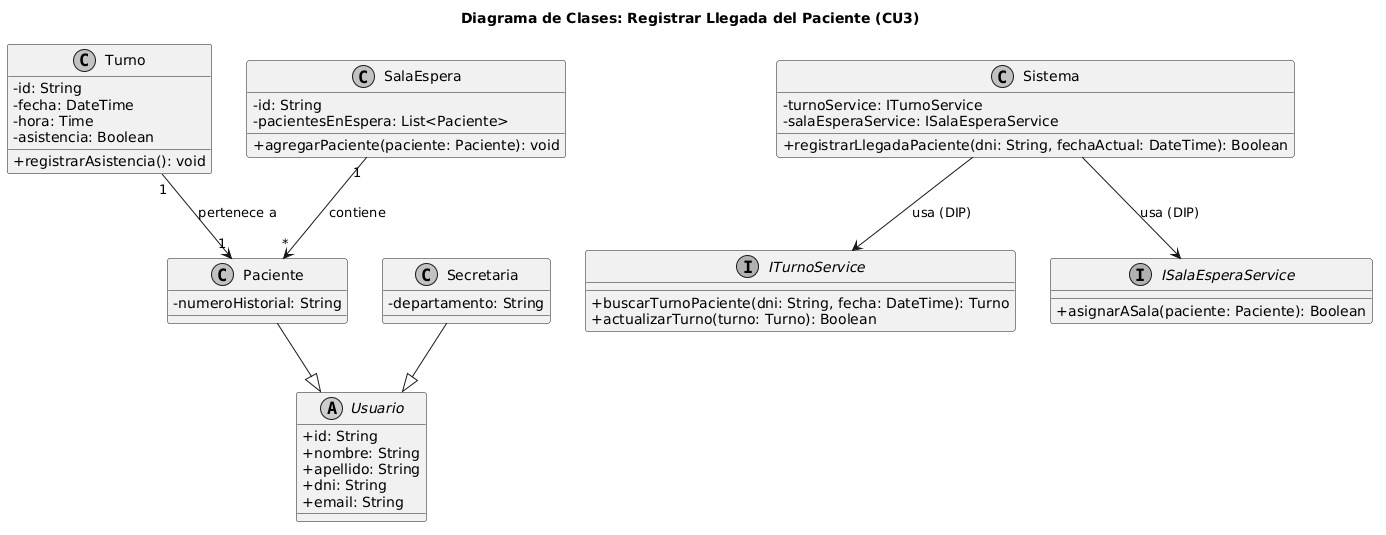
This is diagramas/01-diagrama-clases/03-clases-registrar-llegada-03.png from FacundoGuiraldes/SistemaTurnosMedicos, a PlantUML export, as it was before one commit.
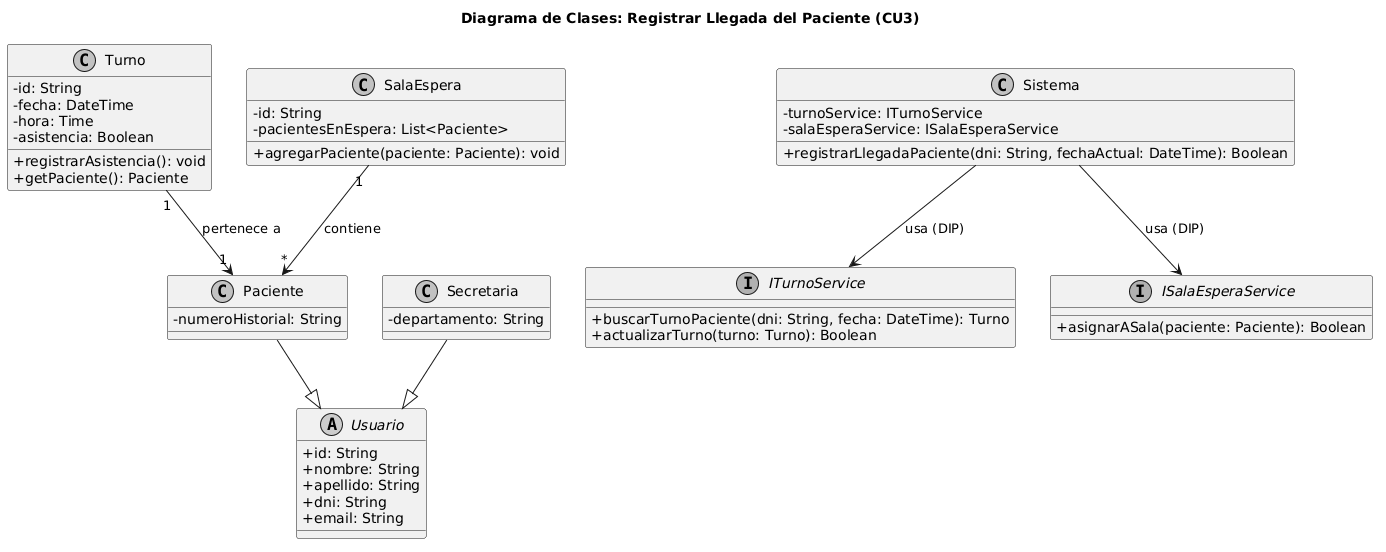
Later version of the same file.

Commit message:
refactor(cu3): declarar getPaciente en entidad Turno para consistencia estricta con pseudocódigo

Diff of the diagram source:
```diff
@@ -26,6 +26,7 @@
     -hora: Time
     -asistencia: Boolean
     +registrarAsistencia(): void
+    +getPaciente(): Paciente
 }
 
 class SalaEspera {
```
